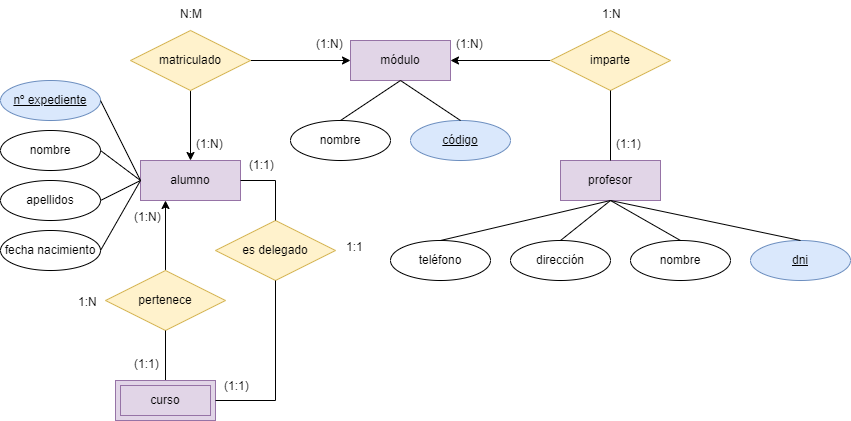
Earlier version of the draw.io export instituto.drawio.png (javigh193/bae). Source tidied: cells renumbered, new cells last; positions are measured from the earlier drawing's top-left corner, leaving out a move shared by most shapes.
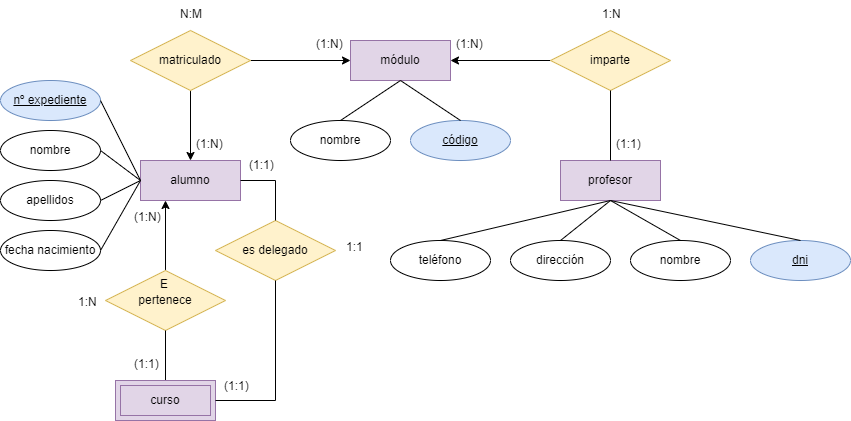
Above is the later version.

Change to the diagram source:
```diff
@@ -162,5 +162,8 @@
     <mxCell id="49" value="1:1&#10;" style="text;strokeColor=none;fillColor=none;spacingLeft=4;spacingRight=4;overflow=hidden;fontSize=12;" parent="1" vertex="1">
       <mxGeometry x="340" y="233" width="40" height="30" as="geometry" />
     </mxCell>
+    <mxCell id="50" value="E" style="text;strokeColor=none;fillColor=none;spacingLeft=4;spacingRight=4;overflow=hidden;fontSize=12;" parent="1" vertex="1">
+      <mxGeometry x="154" y="270" width="20" height="30" as="geometry" />
+    </mxCell>
   </root>
 </mxGraphModel>
```
